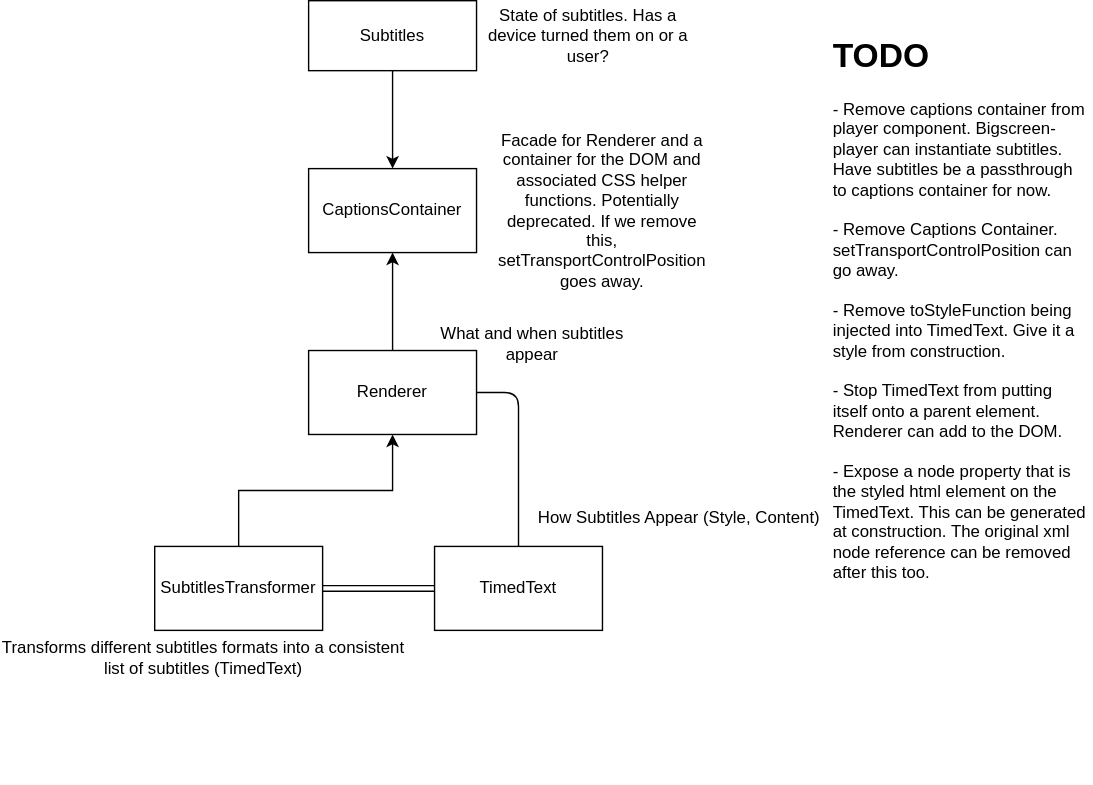
bbc/bigscreen-player keeps this draw.io diagram as docs/subtitles.drawio.svg. Above is the earlier version. Source tidied: cells renumbered, new cells last; positions are measured from the earlier drawing's top-left corner, leaving out a move shared by most shapes. Its diagram source:
```xml
<mxGraphModel>
  <root>
    <mxCell id="0" />
    <mxCell id="1" parent="0" />
    <mxCell id="2" style="edgeStyle=orthogonalEdgeStyle;rounded=0;jettySize=auto;html=1;entryX=0.5;entryY=1;entryDx=0;entryDy=0;" parent="1" edge="1" source="3" target="7">
      <mxGeometry relative="1" as="geometry" />
    </mxCell>
    <mxCell id="3" value="Renderer" style="rounded=0;whiteSpace=wrap;html=1;" parent="1" vertex="1">
      <mxGeometry x="220" y="250" width="120" height="60" as="geometry" />
    </mxCell>
    <mxCell id="4" value="TimedText" style="rounded=0;whiteSpace=wrap;html=1;" parent="1" vertex="1">
      <mxGeometry x="310" y="390" width="120" height="60" as="geometry" />
    </mxCell>
    <mxCell id="5" style="edgeStyle=orthogonalEdgeStyle;rounded=0;jettySize=auto;html=1;" parent="1" edge="1" source="6" target="3">
      <mxGeometry relative="1" as="geometry" />
    </mxCell>
    <mxCell id="6" value="SubtitlesTransformer" style="rounded=0;whiteSpace=wrap;html=1;" parent="1" vertex="1">
      <mxGeometry x="110" y="390" width="120" height="60" as="geometry" />
    </mxCell>
    <mxCell id="7" value="CaptionsContainer" style="rounded=0;whiteSpace=wrap;html=1;" parent="1" vertex="1">
      <mxGeometry x="220" y="120" width="120" height="60" as="geometry" />
    </mxCell>
    <mxCell id="8" style="edgeStyle=orthogonalEdgeStyle;rounded=0;jettySize=auto;html=1;" parent="1" edge="1" source="9" target="7">
      <mxGeometry relative="1" as="geometry" />
    </mxCell>
    <mxCell id="9" value="Subtitles" style="rounded=0;whiteSpace=wrap;html=1;" parent="1" vertex="1">
      <mxGeometry x="220" width="120" height="50" as="geometry" />
    </mxCell>
    <mxCell id="10" style="endArrow=none;html=1;exitX=0.5;exitY=0;exitDx=0;exitDy=0;entryX=1;entryY=0.5;entryDx=0;entryDy=0;" parent="1" edge="1" source="4" target="3">
      <mxGeometry relative="1" as="geometry">
        <Array as="points">
          <mxPoint x="370" y="280" />
        </Array>
      </mxGeometry>
    </mxCell>
    <mxCell id="11" style="shape=link;html=1;entryX=0;entryY=0.5;entryDx=0;entryDy=0;exitX=1;exitY=0.5;exitDx=0;exitDy=0;" parent="1" edge="1" source="6" target="4">
      <mxGeometry relative="1" as="geometry" />
    </mxCell>
    <mxCell id="12" value="What and when subtitles appear" style="text;html=1;strokeColor=none;fillColor=none;align=center;verticalAlign=middle;whiteSpace=wrap;rounded=0;" parent="1" vertex="1">
      <mxGeometry x="300" y="220" width="160" height="50" as="geometry" />
    </mxCell>
    <mxCell id="13" value="How Subtitles Appear (Style, Content)" style="text;html=1;strokeColor=none;fillColor=none;align=center;verticalAlign=middle;whiteSpace=wrap;rounded=0;" parent="1" vertex="1">
      <mxGeometry x="340" y="340" width="290" height="60" as="geometry" />
    </mxCell>
    <mxCell id="14" value="Transforms different subtitles formats into a consistent list of subtitles (TimedText)" style="text;html=1;strokeColor=none;fillColor=none;align=center;verticalAlign=middle;whiteSpace=wrap;rounded=0;" parent="1" vertex="1">
      <mxGeometry y="440" width="290" height="60" as="geometry" />
    </mxCell>
    <mxCell id="15" value="State of subtitles. Has a device turned them on or a user?" style="text;html=1;strokeColor=none;fillColor=none;align=center;verticalAlign=middle;whiteSpace=wrap;rounded=0;" parent="1" vertex="1">
      <mxGeometry x="340" width="160" height="50" as="geometry" />
    </mxCell>
    <mxCell id="16" value="Facade for Renderer and a container for the DOM and associated CSS helper functions. Potentially deprecated. If we remove this, setTransportControlPosition goes away." style="text;html=1;strokeColor=none;fillColor=none;align=center;verticalAlign=middle;whiteSpace=wrap;rounded=0;" parent="1" vertex="1">
      <mxGeometry x="350" y="125" width="160" height="50" as="geometry" />
    </mxCell>
    <mxCell id="17" value="&lt;h1&gt;TODO&lt;/h1&gt;&lt;div&gt;- Remove captions container from player component. Bigscreen-player can instantiate subtitles. Have subtitles be a passthrough to captions container for now.&lt;/div&gt;&lt;div&gt;&lt;br&gt;&lt;/div&gt;&lt;div&gt;- Remove Captions Container. setTransportControlPosition can go away.&lt;/div&gt;&lt;div&gt;&lt;br&gt;&lt;/div&gt;&lt;div&gt;- Remove toStyleFunction being injected into TimedText. Give it a style from construction.&lt;/div&gt;&lt;div&gt;&lt;br&gt;&lt;/div&gt;&lt;div&gt;- Stop TimedText from putting itself onto a parent element. Renderer can add to the DOM.&lt;/div&gt;&lt;div&gt;&lt;br&gt;&lt;/div&gt;&lt;div&gt;- Expose a node property that is the styled html element on the TimedText. This can be generated at construction. The original xml node reference can be removed after this too.&lt;/div&gt;" style="text;html=1;strokeColor=none;fillColor=none;spacing=5;spacingTop=-20;whiteSpace=wrap;overflow=hidden;rounded=0;" parent="1" vertex="1">
      <mxGeometry x="590" y="20" width="190" height="540" as="geometry" />
    </mxCell>
  </root>
</mxGraphModel>
```
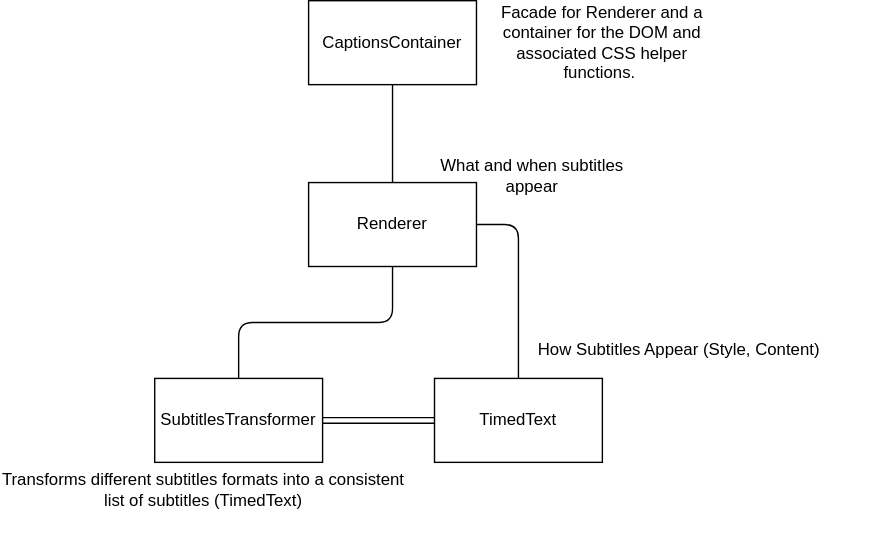
The same file after the commit.

Commit message:
update subtitles diagram

What changed in the source:
```diff
@@ -2,30 +2,18 @@
   <root>
     <mxCell id="0" />
     <mxCell id="1" parent="0" />
-    <mxCell id="2" style="edgeStyle=orthogonalEdgeStyle;rounded=0;jettySize=auto;html=1;entryX=0.5;entryY=1;entryDx=0;entryDy=0;" parent="1" edge="1" source="3" target="7">
-      <mxGeometry relative="1" as="geometry" />
-    </mxCell>
     <mxCell id="3" value="Renderer" style="rounded=0;whiteSpace=wrap;html=1;" parent="1" vertex="1">
       <mxGeometry x="220" y="250" width="120" height="60" as="geometry" />
     </mxCell>
     <mxCell id="4" value="TimedText" style="rounded=0;whiteSpace=wrap;html=1;" parent="1" vertex="1">
       <mxGeometry x="310" y="390" width="120" height="60" as="geometry" />
     </mxCell>
-    <mxCell id="5" style="edgeStyle=orthogonalEdgeStyle;rounded=0;jettySize=auto;html=1;" parent="1" edge="1" source="6" target="3">
-      <mxGeometry relative="1" as="geometry" />
-    </mxCell>
     <mxCell id="6" value="SubtitlesTransformer" style="rounded=0;whiteSpace=wrap;html=1;" parent="1" vertex="1">
       <mxGeometry x="110" y="390" width="120" height="60" as="geometry" />
     </mxCell>
     <mxCell id="7" value="CaptionsContainer" style="rounded=0;whiteSpace=wrap;html=1;" parent="1" vertex="1">
       <mxGeometry x="220" y="120" width="120" height="60" as="geometry" />
     </mxCell>
-    <mxCell id="8" style="edgeStyle=orthogonalEdgeStyle;rounded=0;jettySize=auto;html=1;" parent="1" edge="1" source="9" target="7">
-      <mxGeometry relative="1" as="geometry" />
-    </mxCell>
-    <mxCell id="9" value="Subtitles" style="rounded=0;whiteSpace=wrap;html=1;" parent="1" vertex="1">
-      <mxGeometry x="220" width="120" height="50" as="geometry" />
-    </mxCell>
     <mxCell id="10" style="endArrow=none;html=1;exitX=0.5;exitY=0;exitDx=0;exitDy=0;entryX=1;entryY=0.5;entryDx=0;entryDy=0;" parent="1" edge="1" source="4" target="3">
       <mxGeometry relative="1" as="geometry">
         <Array as="points">
@@ -45,14 +33,14 @@
     <mxCell id="14" value="Transforms different subtitles formats into a consistent list of subtitles (TimedText)" style="text;html=1;strokeColor=none;fillColor=none;align=center;verticalAlign=middle;whiteSpace=wrap;rounded=0;" parent="1" vertex="1">
       <mxGeometry y="440" width="290" height="60" as="geometry" />
     </mxCell>
-    <mxCell id="15" value="State of subtitles. Has a device turned them on or a user?" style="text;html=1;strokeColor=none;fillColor=none;align=center;verticalAlign=middle;whiteSpace=wrap;rounded=0;" parent="1" vertex="1">
-      <mxGeometry x="340" width="160" height="50" as="geometry" />
-    </mxCell>
-    <mxCell id="16" value="Facade for Renderer and a container for the DOM and associated CSS helper functions. Potentially deprecated. If we remove this, setTransportControlPosition goes away." style="text;html=1;strokeColor=none;fillColor=none;align=center;verticalAlign=middle;whiteSpace=wrap;rounded=0;" parent="1" vertex="1">
+    <mxCell id="16" value="Facade for Renderer and a container for the DOM and associated CSS helper functions.&amp;nbsp;" style="text;html=1;strokeColor=none;fillColor=none;align=center;verticalAlign=middle;whiteSpace=wrap;rounded=0;" parent="1" vertex="1">
       <mxGeometry x="350" y="125" width="160" height="50" as="geometry" />
     </mxCell>
-    <mxCell id="17" value="&lt;h1&gt;TODO&lt;/h1&gt;&lt;div&gt;- Remove captions container from player component. Bigscreen-player can instantiate subtitles. Have subtitles be a passthrough to captions container for now.&lt;/div&gt;&lt;div&gt;&lt;br&gt;&lt;/div&gt;&lt;div&gt;- Remove Captions Container. setTransportControlPosition can go away.&lt;/div&gt;&lt;div&gt;&lt;br&gt;&lt;/div&gt;&lt;div&gt;- Remove toStyleFunction being injected into TimedText. Give it a style from construction.&lt;/div&gt;&lt;div&gt;&lt;br&gt;&lt;/div&gt;&lt;div&gt;- Stop TimedText from putting itself onto a parent element. Renderer can add to the DOM.&lt;/div&gt;&lt;div&gt;&lt;br&gt;&lt;/div&gt;&lt;div&gt;- Expose a node property that is the styled html element on the TimedText. This can be generated at construction. The original xml node reference can be removed after this too.&lt;/div&gt;" style="text;html=1;strokeColor=none;fillColor=none;spacing=5;spacingTop=-20;whiteSpace=wrap;overflow=hidden;rounded=0;" parent="1" vertex="1">
-      <mxGeometry x="590" y="20" width="190" height="540" as="geometry" />
-    </mxCell>
+    <mxCell id="5" style="endArrow=none;html=1;entryX=0.5;entryY=1;entryDx=0;entryDy=0;exitX=0.5;exitY=0;exitDx=0;exitDy=0;edgeStyle=orthogonalEdgeStyle;" parent="1" edge="1" source="6" target="3">
+      <mxGeometry relative="1" as="geometry" />
+    </mxCell>
+    <mxCell id="2" style="endArrow=none;html=1;entryX=0.5;entryY=1;entryDx=0;entryDy=0;" parent="1" edge="1" source="3" target="7">
+      <mxGeometry relative="1" as="geometry" />
+    </mxCell>
   </root>
 </mxGraphModel>
```
